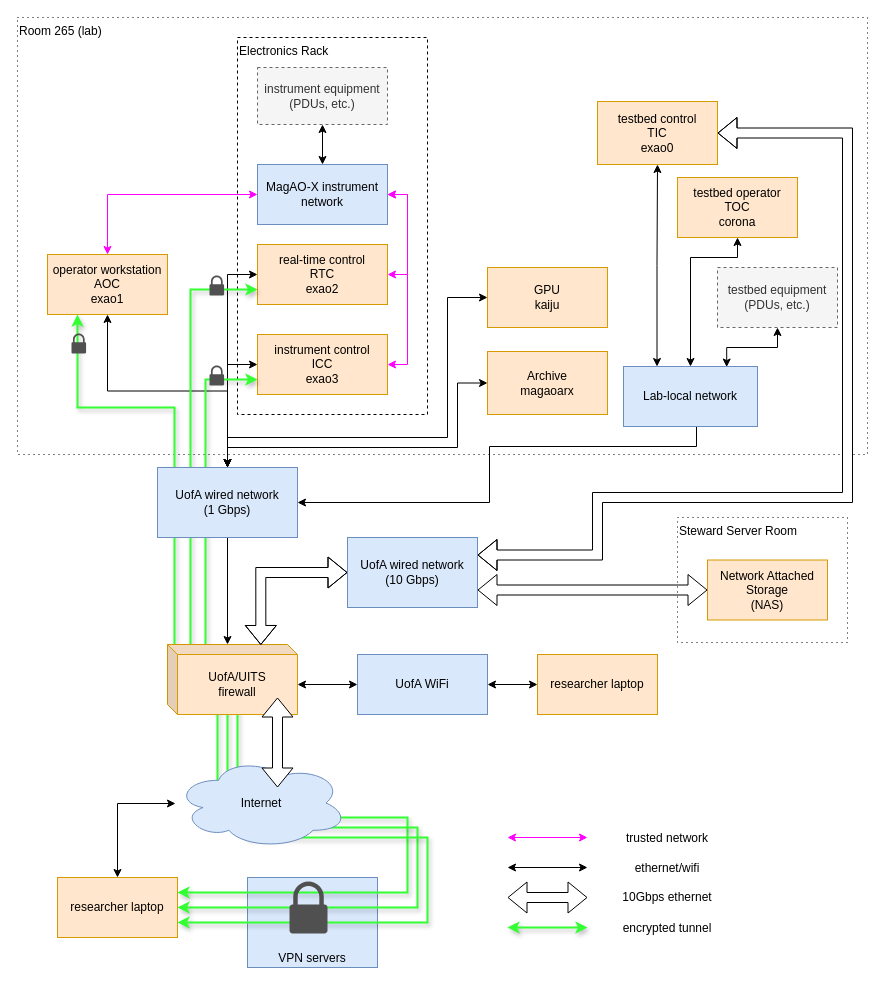
Before: compute/ua_network.drawio in magao-x/handbook, a draw.io diagram. Source tidied: cells renumbered, new cells numbered last; positions are measured from the earlier drawing's top-left corner, leaving out a move shared by most shapes. Both pictures are drawn from the tidied source at 100%, with x=0, y=0 at pixel (17, 17).
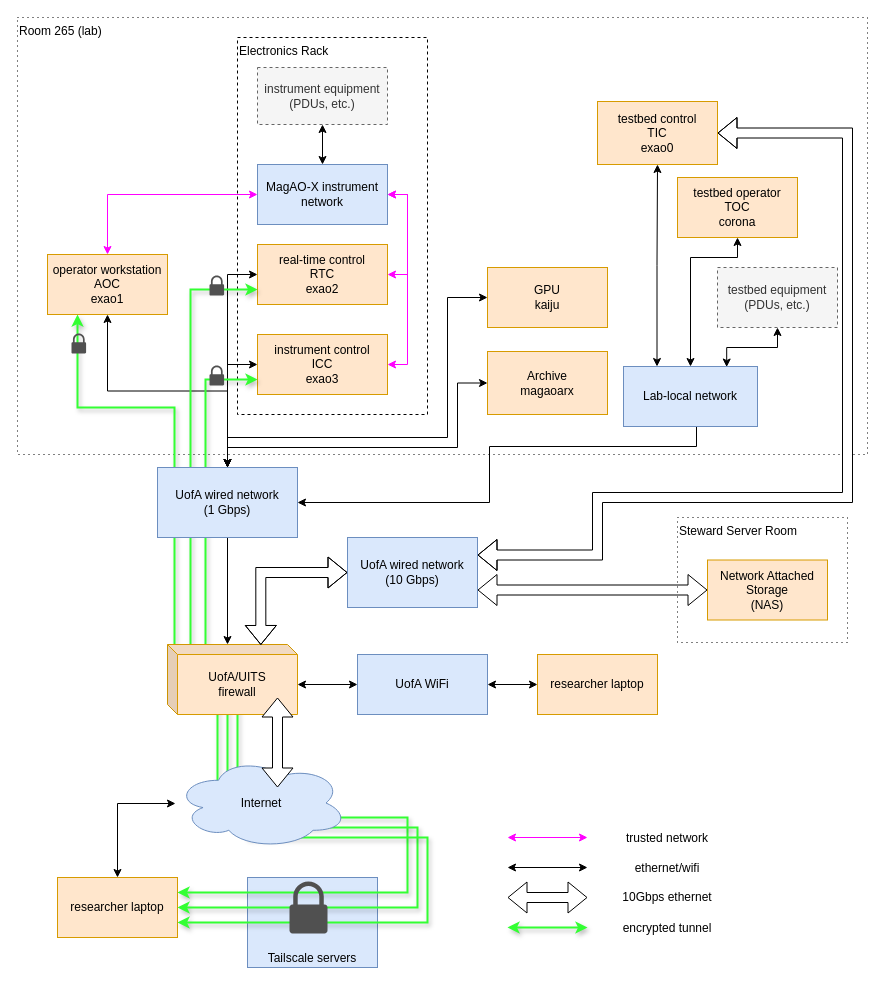
After the change.

The edit, as a diff of the source:
```diff
@@
-    <mxCell id="2" value="VPN servers" style="rounded=0;whiteSpace=wrap;html=1;fillColor=#dae8fc;strokeColor=#6c8ebf;verticalAlign=bottom;" parent="1" vertex="1">
+    <mxCell id="2" value="Tailscale servers" style="rounded=0;whiteSpace=wrap;html=1;fillColor=#dae8fc;strokeColor=#6c8ebf;verticalAlign=bottom;" parent="1" vertex="1">
       <mxGeometry x="230" y="860" width="130" height="90" as="geometry" />
     </mxCell>
```
